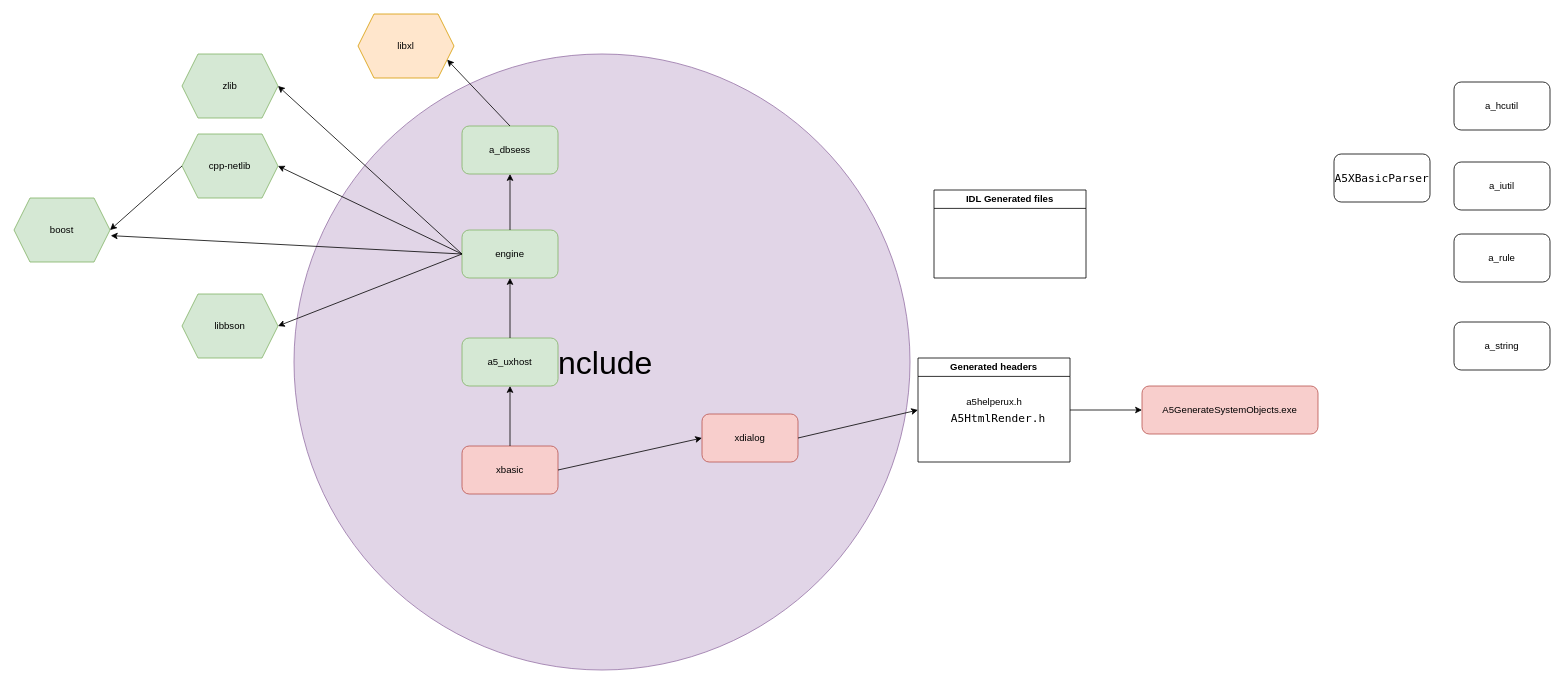
The draw.io diagram A5_deps.drawio in rromrrom/something, before the edit. Source tidied: cells renumbered, new cells numbered last; positions are measured from the earlier drawing's top-left corner, leaving out a move shared by most shapes. Both pictures are drawn from the tidied source at 80%, with x=0, y=0 at pixel (14, 14).
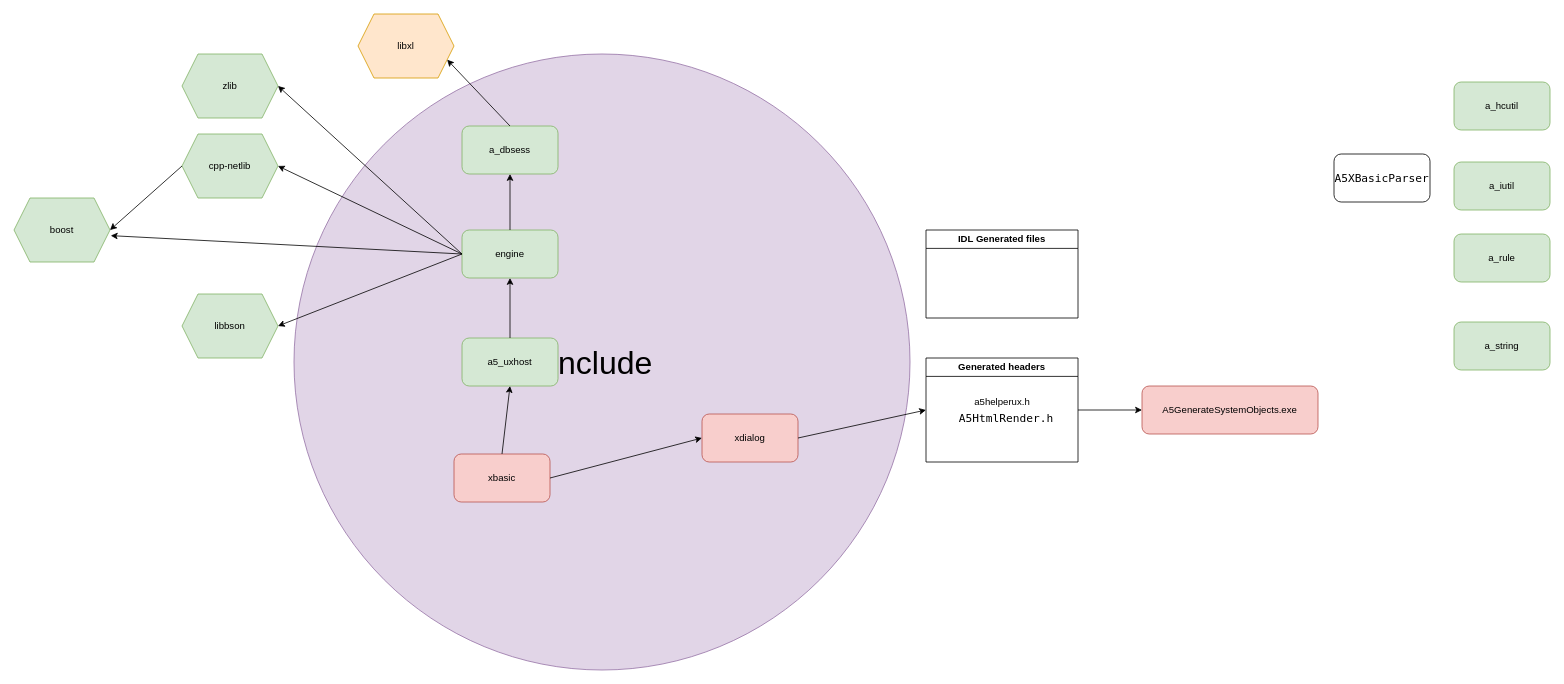
The same page after the edit.

What changed in the source:
```diff
@@
-    <mxCell id="4" value="a_iutil" style="rounded=1;whiteSpace=wrap;html=1;" parent="1" vertex="1">
+    <mxCell id="4" value="a_iutil" style="rounded=1;whiteSpace=wrap;html=1;fillColor=#d5e8d4;strokeColor=#82b366;" parent="1" vertex="1">
       <mxGeometry x="1800" y="185" width="120" height="60" as="geometry" />
     </mxCell>
@@
-    <mxCell id="9" value="a_hcutil" style="rounded=1;whiteSpace=wrap;html=1;" parent="1" vertex="1">
+    <mxCell id="9" value="a_hcutil" style="rounded=1;whiteSpace=wrap;html=1;fillColor=#d5e8d4;strokeColor=#82b366;" parent="1" vertex="1">
       <mxGeometry x="1800" y="85" width="120" height="60" as="geometry" />
     </mxCell>
-    <mxCell id="10" value="a_rule" style="rounded=1;whiteSpace=wrap;html=1;" parent="1" vertex="1">
+    <mxCell id="10" value="a_rule" style="rounded=1;whiteSpace=wrap;html=1;fillColor=#d5e8d4;strokeColor=#82b366;" parent="1" vertex="1">
       <mxGeometry x="1800" y="275" width="120" height="60" as="geometry" />
     </mxCell>
-    <mxCell id="11" value="a_string" style="rounded=1;whiteSpace=wrap;html=1;" parent="1" vertex="1">
+    <mxCell id="11" value="a_string" style="rounded=1;whiteSpace=wrap;html=1;fillColor=#d5e8d4;strokeColor=#82b366;" parent="1" vertex="1">
       <mxGeometry x="1800" y="385" width="120" height="60" as="geometry" />
     </mxCell>
@@
     <mxCell id="14" value="xbasic" style="rounded=1;whiteSpace=wrap;html=1;fillColor=#f8cecc;strokeColor=#b85450;" parent="1" vertex="1">
-      <mxGeometry x="560" y="540" width="120" height="60" as="geometry" />
+      <mxGeometry x="550" y="550" width="120" height="60" as="geometry" />
     </mxCell>
@@
     <mxCell id="27" value="Generated headers" style="swimlane;whiteSpace=wrap;html=1;" parent="1" vertex="1">
-      <mxGeometry x="1130" y="430" width="190" height="130" as="geometry" />
+      <mxGeometry x="1140" y="430" width="190" height="130" as="geometry" />
     </mxCell>
@@
     <mxCell id="32" value="IDL Generated files" style="swimlane;whiteSpace=wrap;html=1;" parent="1" vertex="1">
-      <mxGeometry x="1150" y="220" width="190" height="110" as="geometry" />
+      <mxGeometry x="1140" y="270" width="190" height="110" as="geometry" />
     </mxCell>
```
